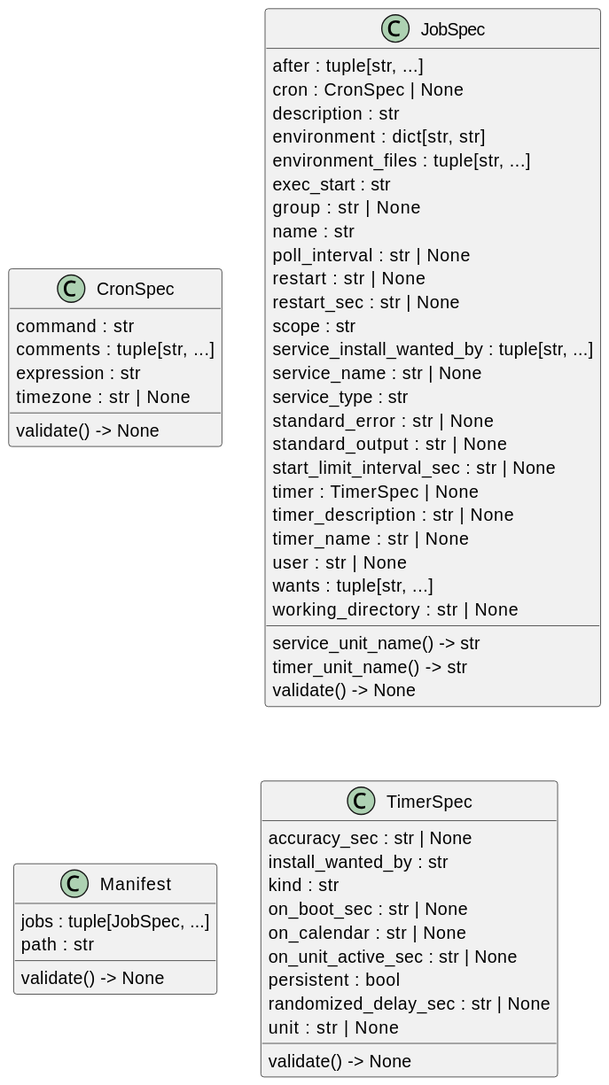
This is docs/diagrams/python-classes.puml.svg from casonk/clockwork, a PlantUML export, as it was before one commit.
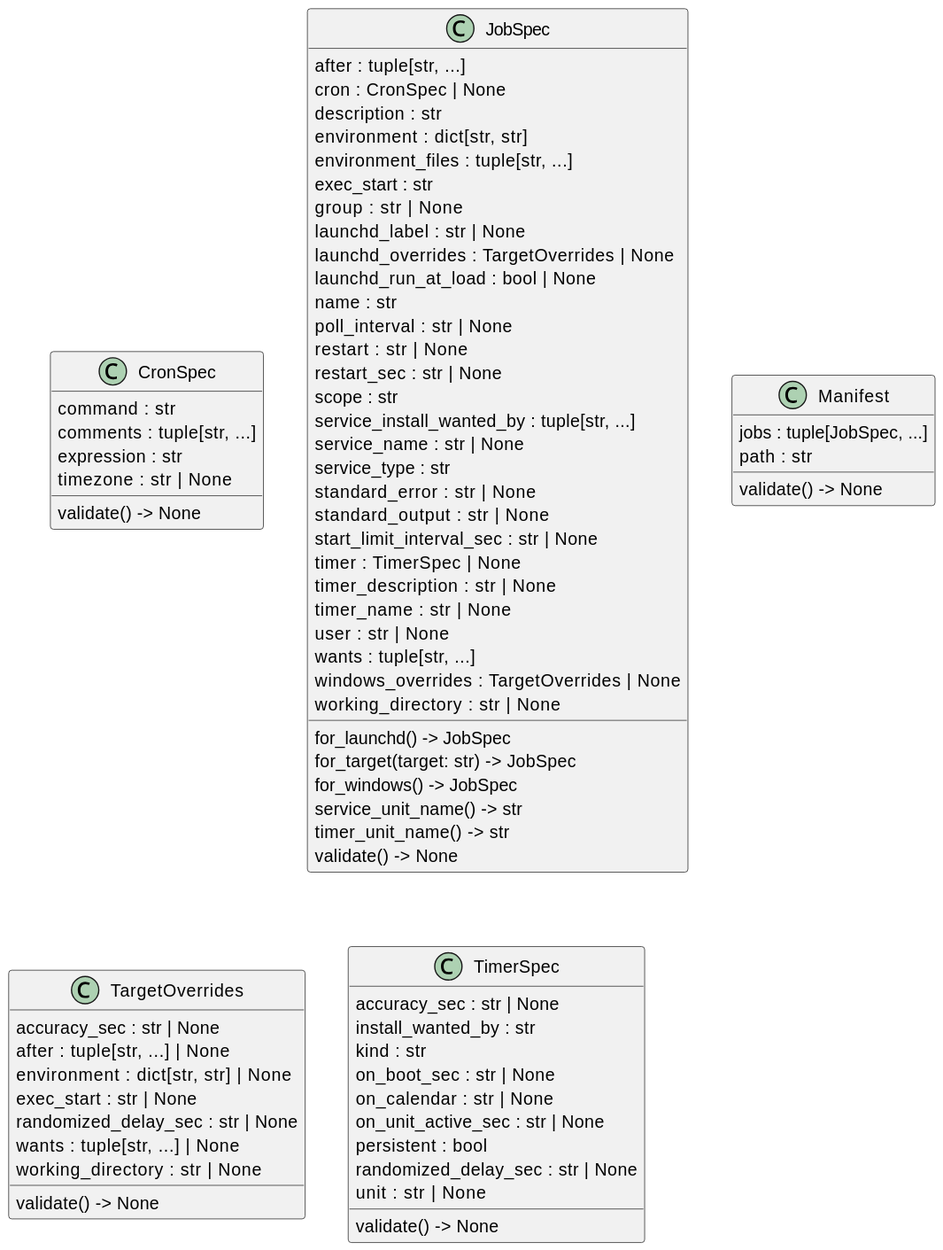
After the commit.

Change to the diagram source:
```diff
@@ -15,6 +15,9 @@
   environment_files : tuple[str, ...]
   exec_start : str
   group : str | None
+  launchd_label : str | None
+  launchd_overrides : TargetOverrides | None
+  launchd_run_at_load : bool | None
   name : str
   poll_interval : str | None
   restart : str | None
@@ -31,7 +34,11 @@
   timer_name : str | None
   user : str | None
   wants : tuple[str, ...]
+  windows_overrides : TargetOverrides | None
   working_directory : str | None
+  for_launchd() -> JobSpec
+  for_target(target: str) -> JobSpec
+  for_windows() -> JobSpec
   service_unit_name() -> str
   timer_unit_name() -> str
   validate() -> None
@@ -39,6 +46,16 @@
 class "Manifest" as src.clockwork.model.Manifest {
   jobs : tuple[JobSpec, ...]
   path : str
+  validate() -> None
+}
+class "TargetOverrides" as src.clockwork.model.TargetOverrides {
+  accuracy_sec : str | None
+  after : tuple[str, ...] | None
+  environment : dict[str, str] | None
+  exec_start : str | None
+  randomized_delay_sec : str | None
+  wants : tuple[str, ...] | None
+  working_directory : str | None
   validate() -> None
 }
 class "TimerSpec" as src.clockwork.model.TimerSpec {
```
